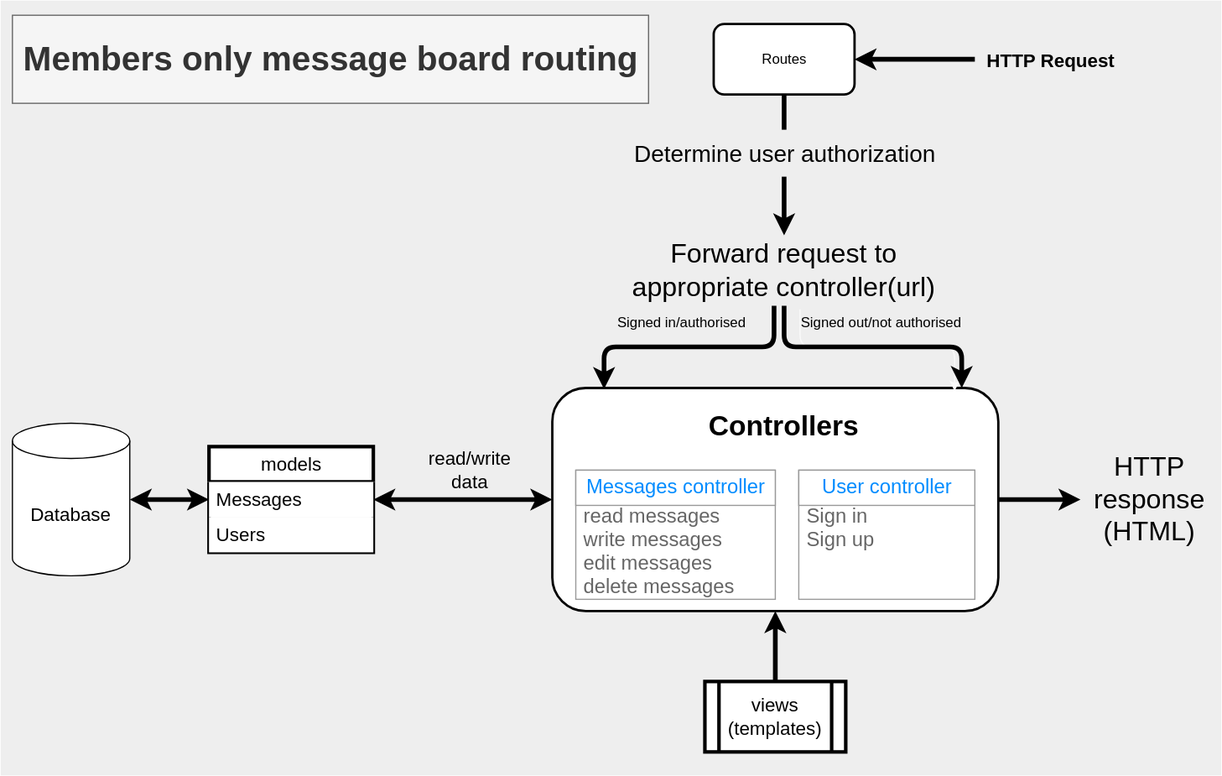
The draw.io diagram public/diagrams/routesdiagram.drawio.svg in DanishKodeMonkey/coffee-lovers-club-postgresql, before a commit. Source tidied: cells renumbered, new cells last; positions are measured from the earlier drawing's top-left corner, leaving out a move shared by most shapes.
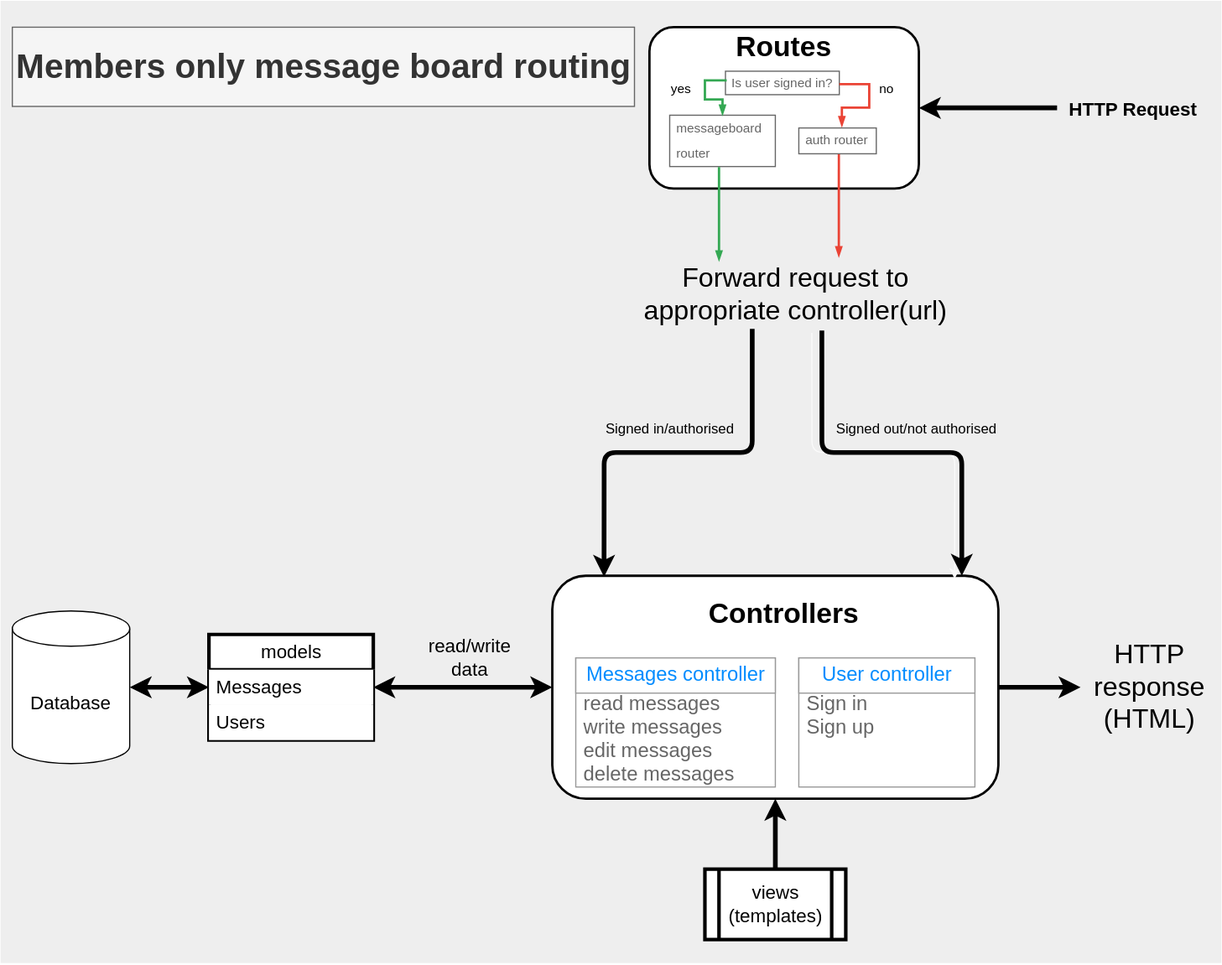
After the commit.

Commit message:
Diagram update for routing

What changed in the source:
```diff
@@ -3,16 +3,16 @@
     <mxCell id="0" />
     <mxCell id="1" parent="0" />
     <mxCell id="2" style="shape=rect;fillColor=#eeeeee;strokeColor=none;" parent="1" vertex="1">
-      <mxGeometry width="1040" height="660" as="geometry" />
+      <mxGeometry y="-160" width="1040" height="820" as="geometry" />
     </mxCell>
-    <mxCell id="3" value="Routes" style="rounded=1;whiteSpace=wrap;strokeWidth=2;" parent="1" vertex="1">
-      <mxGeometry x="607.5" y="20" width="120" height="60" as="geometry" />
+    <mxCell id="3" style="rounded=1;whiteSpace=wrap;strokeWidth=2;" parent="1" vertex="1">
+      <mxGeometry x="552.8" y="-137.5" width="229.5" height="137.5" as="geometry" />
     </mxCell>
     <mxCell id="4" style="edgeStyle=none;entryX=1;entryY=0.5;entryDx=0;entryDy=0;strokeWidth=4;" parent="1" edge="1" source="5" target="3">
       <mxGeometry relative="1" as="geometry" />
     </mxCell>
     <mxCell id="5" value="HTTP Request" style="text;align=center;verticalAlign=middle;points=[];labelBorderColor=none;strokeWidth=3;fontSize=16;fontStyle=1;" parent="1" vertex="1">
-      <mxGeometry x="830" y="35" width="130" height="30" as="geometry" />
+      <mxGeometry x="900" y="-83.8" width="130" height="30" as="geometry" />
     </mxCell>
     <mxCell id="6" style="edgeStyle=none;strokeWidth=4;fontSize=23;entryX=0;entryY=0.5;entryDx=0;entryDy=0;" parent="1" edge="1" source="8" target="10">
       <mxGeometry relative="1" as="geometry" />
@@ -29,17 +29,17 @@
     <mxCell id="10" value="HTTP response (HTML)" style="text;strokeColor=none;fillColor=none;align=center;verticalAlign=middle;whiteSpace=wrap;rounded=0;fontSize=23;" parent="1" vertex="1">
       <mxGeometry x="920" y="377.5" width="117.5" height="95" as="geometry" />
     </mxCell>
-    <mxCell id="11" style="edgeStyle=orthogonalEdgeStyle;strokeColor=default;strokeWidth=4;fontSize=16;endArrow=classic;endFill=1;exitX=0.471;exitY=1;exitDx=0;exitDy=0;exitPerimeter=0;entryX=0.116;entryY=0.005;entryDx=0;entryDy=0;entryPerimeter=0;" parent="1" edge="1" source="14" target="8">
+    <mxCell id="11" style="edgeStyle=orthogonalEdgeStyle;strokeColor=default;strokeWidth=4;fontSize=16;endArrow=classic;endFill=1;exitX=0.374;exitY=0.994;exitDx=0;exitDy=0;exitPerimeter=0;entryX=0.116;entryY=0.005;entryDx=0;entryDy=0;entryPerimeter=0;" parent="1" edge="1" source="14" target="8">
       <mxGeometry relative="1" as="geometry" />
     </mxCell>
     <mxCell id="12" style="edgeStyle=orthogonalEdgeStyle;html=1;strokeColor=#FAFAFA;fontSize=16;fontColor=#F7F7F7;entryX=0.902;entryY=0.014;entryDx=0;entryDy=0;exitX=0.546;exitY=1.05;exitDx=0;exitDy=0;exitPerimeter=0;entryPerimeter=0;" parent="1" edge="1" source="14" target="8">
       <mxGeometry relative="1" as="geometry" />
     </mxCell>
-    <mxCell id="13" style="edgeStyle=orthogonalEdgeStyle;html=1;fontSize=16;fontColor=#F7F7F7;strokeWidth=4;entryX=0.918;entryY=0;entryDx=0;entryDy=0;entryPerimeter=0;" parent="1" edge="1" source="14" target="8">
+    <mxCell id="13" style="edgeStyle=orthogonalEdgeStyle;html=1;fontSize=16;fontColor=#F7F7F7;strokeWidth=4;entryX=0.918;entryY=0;entryDx=0;entryDy=0;entryPerimeter=0;exitX=0.575;exitY=1.017;exitDx=0;exitDy=0;exitPerimeter=0;" parent="1" edge="1" source="14" target="8">
       <mxGeometry relative="1" as="geometry" />
     </mxCell>
     <mxCell id="14" value="Forward request to appropriate controller(url)" style="text;strokeColor=none;fillColor=none;align=center;verticalAlign=middle;whiteSpace=wrap;rounded=0;fontSize=23;" parent="1" vertex="1">
-      <mxGeometry x="520" y="200" width="295" height="60" as="geometry" />
+      <mxGeometry x="530" y="60" width="295" height="60" as="geometry" />
     </mxCell>
     <mxCell id="15" style="edgeStyle=none;entryX=0.5;entryY=1;entryDx=0;entryDy=0;strokeColor=default;strokeWidth=4;fontSize=16;endArrow=classic;endFill=1;" parent="1" edge="1" source="16" target="8">
       <mxGeometry relative="1" as="geometry" />
@@ -65,15 +65,6 @@
     <mxCell id="22" value="Database" style="shape=cylinder3;whiteSpace=wrap;boundedLbl=1;backgroundOutline=1;size=15;fontSize=16;" parent="1" vertex="1">
       <mxGeometry x="10" y="360" width="100" height="130" as="geometry" />
     </mxCell>
-    <mxCell id="23" style="html=1;entryX=0.5;entryY=0;entryDx=0;entryDy=0;strokeColor=#000000;strokeWidth=4;fontSize=20;fontColor=#030303;" parent="1" edge="1" source="25" target="14">
-      <mxGeometry relative="1" as="geometry" />
-    </mxCell>
-    <mxCell id="24" style="edgeStyle=none;html=1;entryX=0.5;entryY=1;entryDx=0;entryDy=0;strokeColor=#000000;strokeWidth=4;fontSize=20;fontColor=#030303;startArrow=none;startFill=0;endArrow=none;endFill=0;" parent="1" edge="1" source="25" target="3">
-      <mxGeometry relative="1" as="geometry" />
-    </mxCell>
-    <mxCell id="25" value="Determine user authorization" style="text;html=1;align=center;verticalAlign=middle;points=[];strokeColor=none;fillColor=none;fontSize=20;fontColor=#030303;" parent="1" vertex="1">
-      <mxGeometry x="527.5" y="110" width="280" height="40" as="geometry" />
-    </mxCell>
     <mxCell id="26" style="strokeWidth=1;shadow=0;dashed=0;align=center;html=1;shape=mxgraph.mockup.forms.rrect;rSize=0;strokeColor=#999999;fillColor=#ffffff;" parent="1" vertex="1">
       <mxGeometry x="680" y="400" width="150" height="110" as="geometry" />
     </mxCell>
@@ -117,13 +108,55 @@
       </mxGeometry>
     </mxCell>
     <mxCell id="36" value="Signed in/authorised" style="text;html=1;align=center;verticalAlign=middle;strokeColor=none;fillColor=none;" parent="1" vertex="1">
-      <mxGeometry x="510" y="260" width="140" height="30" as="geometry" />
+      <mxGeometry x="500" y="190" width="140" height="30" as="geometry" />
     </mxCell>
     <mxCell id="37" value="Signed out/not authorised" style="text;html=1;align=center;verticalAlign=middle;strokeColor=none;fillColor=none;" parent="1" vertex="1">
-      <mxGeometry x="670" y="260" width="160" height="30" as="geometry" />
+      <mxGeometry x="700" y="190" width="160" height="30" as="geometry" />
     </mxCell>
     <mxCell id="38" value="Members only message board routing" style="text;strokeColor=#666666;fillColor=#f5f5f5;html=1;fontSize=29;fontStyle=1;verticalAlign=middle;align=center;fontColor=#333333;" parent="1" vertex="1">
-      <mxGeometry x="10" y="12.5" width="542" height="75" as="geometry" />
+      <mxGeometry x="10" y="-137.5" width="530" height="67.5" as="geometry" />
     </mxCell>
+    <mxCell id="39" value="Routes" style="text;strokeColor=none;fillColor=none;html=1;fontSize=24;fontStyle=1;verticalAlign=middle;align=center;" parent="1" vertex="1">
+      <mxGeometry x="617.5" y="-130" width="100" height="20" as="geometry" />
+    </mxCell>
+    <mxCell id="40" value="&lt;font style=&quot;font-size: 11px;&quot;&gt;Is user signed in?&lt;/font&gt;" style="strokeWidth=1;shadow=0;dashed=0;align=center;html=1;shape=mxgraph.mockup.text.textBox;fontColor=#666666;align=left;fontSize=17;spacingLeft=4;spacingTop=-3;strokeColor=#666666;mainText=;" parent="1" vertex="1">
+      <mxGeometry x="617.5" y="-100" width="97" height="20" as="geometry" />
+    </mxCell>
+    <mxCell id="41" value="&lt;font style=&quot;font-size: 11px;&quot;&gt;auth router&lt;/font&gt;" style="strokeWidth=1;shadow=0;dashed=0;align=center;html=1;shape=mxgraph.mockup.text.textBox;fontColor=#666666;align=left;fontSize=17;spacingLeft=4;spacingTop=-3;strokeColor=#666666;mainText=;" parent="1" vertex="1">
+      <mxGeometry x="680" y="-51.6" width="66" height="22" as="geometry" />
+    </mxCell>
+    <mxCell id="42" value="&lt;span style=&quot;font-size: 11px;&quot;&gt;messageboard&lt;br&gt;router&lt;br&gt;&lt;/span&gt;" style="strokeWidth=1;shadow=0;dashed=0;align=center;html=1;shape=mxgraph.mockup.text.textBox;fontColor=#666666;align=left;fontSize=17;spacingLeft=4;spacingTop=-3;strokeColor=#666666;mainText=;" parent="1" vertex="1">
+      <mxGeometry x="570" y="-62.5" width="90" height="43.8" as="geometry" />
+    </mxCell>
+    <mxCell id="43" style="edgeStyle=orthogonalEdgeStyle;fontSize=12;html=1;endArrow=blockThin;endFill=1;rounded=0;strokeWidth=2;endSize=4;startSize=4;strokeColor=#34A853;dashed=0;exitX=0.011;exitY=0.39;exitDx=0;exitDy=0;exitPerimeter=0;" parent="1" edge="1" source="40" target="42">
+      <mxGeometry relative="1" as="geometry">
+        <Array as="points">
+          <mxPoint x="600" y="-92" />
+          <mxPoint x="600" y="-76" />
+          <mxPoint x="615" y="-76" />
+        </Array>
+      </mxGeometry>
+    </mxCell>
+    <mxCell id="44" style="edgeStyle=orthogonalEdgeStyle;fontSize=12;html=1;endArrow=blockThin;endFill=1;rounded=0;strokeWidth=2;endSize=4;startSize=4;strokeColor=#EA4335;dashed=0;entryX=0.556;entryY=-0.047;entryDx=0;entryDy=0;entryPerimeter=0;" parent="1" edge="1" source="40" target="41">
+      <mxGeometry relative="1" as="geometry">
+        <Array as="points">
+          <mxPoint x="740" y="-89" />
+          <mxPoint x="740" y="-69" />
+          <mxPoint x="717" y="-69" />
+        </Array>
+      </mxGeometry>
+    </mxCell>
+    <mxCell id="45" value="yes" style="text;html=1;strokeColor=none;fillColor=none;align=center;verticalAlign=middle;whiteSpace=wrap;rounded=0;fontSize=11;" parent="1" vertex="1">
+      <mxGeometry x="550" y="-100" width="60" height="30" as="geometry" />
+    </mxCell>
+    <mxCell id="46" value="no" style="text;html=1;strokeColor=none;fillColor=none;align=center;verticalAlign=middle;whiteSpace=wrap;rounded=0;fontSize=11;" parent="1" vertex="1">
+      <mxGeometry x="725" y="-100" width="60" height="30" as="geometry" />
+    </mxCell>
+    <mxCell id="47" style="fontSize=12;html=1;endArrow=blockThin;endFill=1;rounded=0;strokeWidth=2;endSize=4;startSize=4;strokeColor=#34A853;dashed=0;exitX=0.467;exitY=1.011;exitDx=0;exitDy=0;exitPerimeter=0;entryX=0.278;entryY=0.029;entryDx=0;entryDy=0;entryPerimeter=0;" parent="1" edge="1" source="42" target="14">
+      <mxGeometry relative="1" as="geometry" />
+    </mxCell>
+    <mxCell id="48" style="fontSize=12;html=1;endArrow=blockThin;endFill=1;rounded=0;strokeWidth=2;endSize=4;startSize=4;strokeColor=#EA4335;dashed=0;exitX=0.517;exitY=1.015;exitDx=0;exitDy=0;exitPerimeter=0;entryX=0.624;entryY=-0.029;entryDx=0;entryDy=0;entryPerimeter=0;" parent="1" edge="1" source="41" target="14">
+      <mxGeometry relative="1" as="geometry" />
+    </mxCell>
   </root>
 </mxGraphModel>
```
